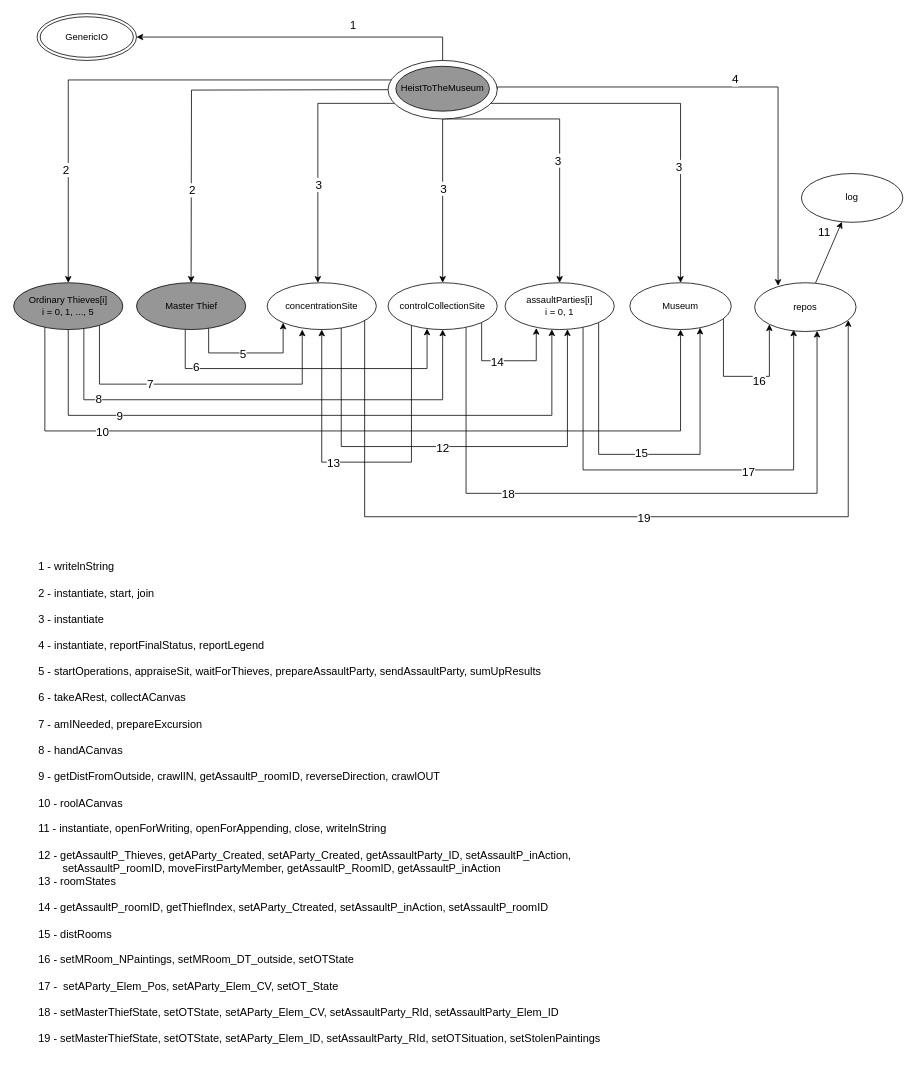
The draw.io diagram assignment1/interactionDiagram.drawio in CF2001/Distributed-Systems, before the edit. Source tidied: cells renumbered, new cells numbered last; positions are measured from the earlier drawing's top-left corner, leaving out a move shared by most shapes. Both pictures are drawn from the tidied source at 78%, with x=0, y=0 at pixel (13, 13).
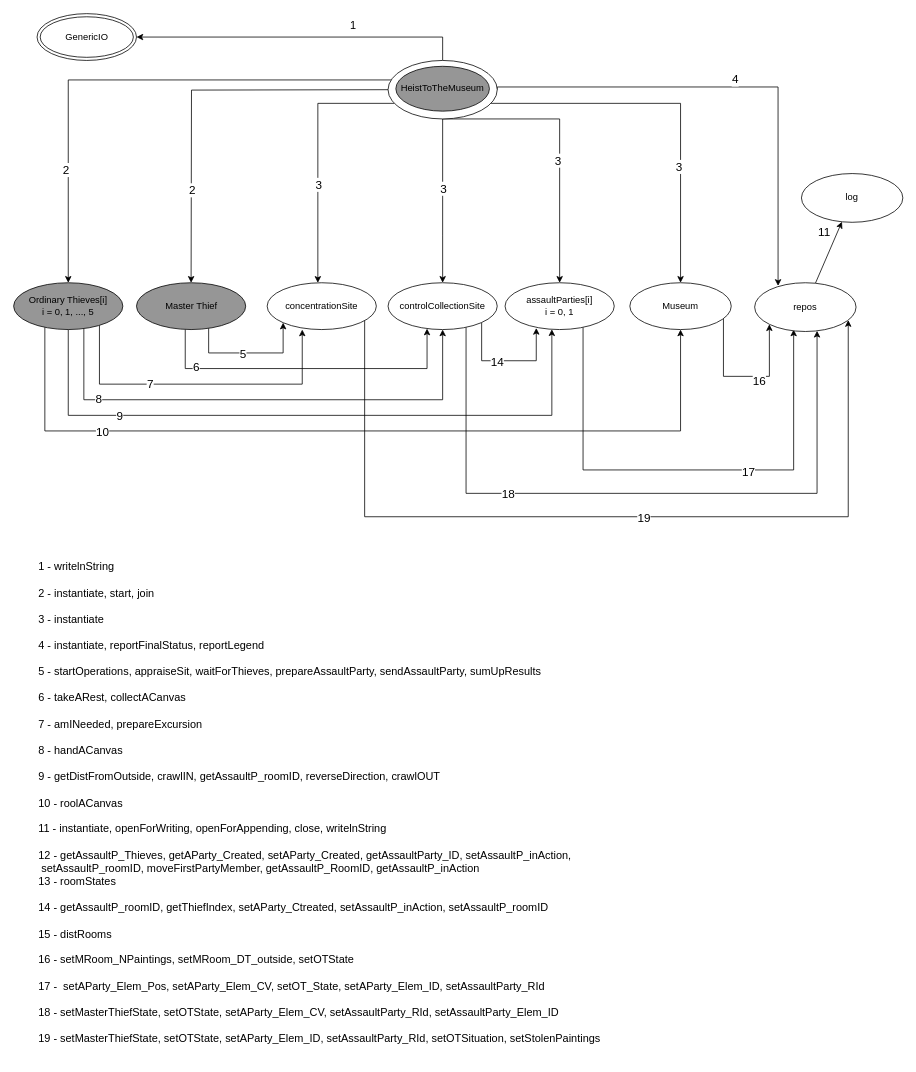
The same page after the edit.

Commit message (it also covers changes not shown here):
remove some code  and update diagram

The change refers to these unchanged cells:
```xml
<mxCell id="21" value="Museum" style="ellipse;whiteSpace=wrap;html=1;shadow=0;labelBackgroundColor=none;fillStyle=auto;fontFamily=Helvetica;fontSize=12;gradientDirection=north;" parent="1" vertex="1">
  <mxGeometry x="790" y="345" width="130" height="60" as="geometry" />
</mxCell>
<mxCell id="26" value="assaultParties[i]&lt;br&gt;i = 0, 1" style="ellipse;whiteSpace=wrap;html=1;shadow=0;labelBackgroundColor=none;fillStyle=auto;fontFamily=Helvetica;fontSize=12;gradientDirection=north;" parent="1" vertex="1">
  <mxGeometry x="630" y="345" width="140" height="60" as="geometry" />
</mxCell>
<mxCell id="33" value="&lt;div&gt;controlCollectionSite&lt;/div&gt;" style="ellipse;whiteSpace=wrap;html=1;shadow=0;labelBackgroundColor=none;fillStyle=auto;fontFamily=Helvetica;fontSize=12;gradientDirection=north;" parent="1" vertex="1">
  <mxGeometry x="480" y="345" width="140" height="60" as="geometry" />
</mxCell>
<mxCell id="46" value="concentrationSite" style="ellipse;whiteSpace=wrap;html=1;shadow=0;labelBackgroundColor=none;fillStyle=auto;fontFamily=Helvetica;fontSize=12;gradientDirection=north;" parent="1" vertex="1">
  <mxGeometry x="325" y="345" width="140" height="60" as="geometry" />
</mxCell>
```

What changed in the source:
```diff
@@
-    <mxCell id="22" style="edgeStyle=orthogonalEdgeStyle;shape=connector;rounded=0;jettySize=auto;html=1;labelBackgroundColor=default;strokeColor=default;fontFamily=Helvetica;fontSize=11;fontColor=default;endArrow=classic;" parent="1" edge="1" source="26" target="21">
-      <mxGeometry relative="1" as="geometry">
-        <Array as="points">
-          <mxPoint x="750" y="565" />
-          <mxPoint x="880" y="565" />
-        </Array>
-      </mxGeometry>
-    </mxCell>
-    <mxCell id="23" value="15" style="edgeLabel;html=1;align=center;verticalAlign=middle;fontSize=15;fontFamily=Helvetica;fontColor=default;" parent="22" vertex="1">
-      <mxGeometry x="-0.03" y="3" relative="1" as="geometry" />
-    </mxCell>
@@
-    <mxCell id="27" style="edgeStyle=orthogonalEdgeStyle;shape=connector;rounded=0;jettySize=auto;html=1;labelBackgroundColor=default;strokeColor=default;fontFamily=Helvetica;fontSize=11;fontColor=default;endArrow=classic;" parent="1" edge="1" source="33" target="46">
-      <mxGeometry relative="1" as="geometry">
-        <Array as="points">
-          <mxPoint x="510" y="575" />
-          <mxPoint x="395" y="575" />
-        </Array>
-      </mxGeometry>
-    </mxCell>
-    <mxCell id="28" value="13" style="edgeLabel;html=1;align=center;verticalAlign=middle;fontSize=15;fontFamily=Helvetica;fontColor=default;" parent="27" vertex="1">
-      <mxGeometry x="0.13" y="3" relative="1" as="geometry">
-        <mxPoint x="-16" y="-3" as="offset" />
-      </mxGeometry>
-    </mxCell>
@@
-    <mxCell id="36" value="&lt;span style=&quot;font-size: 14px; font-weight: 400;&quot;&gt;1 - writelnString&lt;br&gt;&lt;br&gt;2 - instantiate, start, join&lt;br&gt;&lt;br&gt;3 - instantiate&lt;br&gt;&lt;br&gt;4 - instantiate, reportFinalStatus, reportLegend&lt;br&gt;&lt;br&gt;5 - startOperations, appraiseSit, waitForThieves, prepareAssaultParty, sendAssaultParty, sumUpResults&lt;br&gt;&lt;br&gt;6 - takeARest, collectACanvas&lt;br&gt;&lt;br&gt;7 - amINeeded, prepareExcursion&lt;br&gt;&lt;br&gt;8 - handACanvas&lt;br&gt;&lt;br&gt;9 - getDistFromOutside, crawlIN, getAssaultP_roomID, reverseDirection, crawlOUT&amp;nbsp;&lt;br&gt;&lt;br&gt;10 - roolACanvas&lt;br&gt;&lt;br&gt;11 - instantiate, openForWriting, openForAppending, close, writelnString&lt;br&gt;&lt;br&gt;12 - getAssaultP_Thieves, getAParty_Created, setAParty_Created, getAssaultParty_ID, setAssaultP_inAction,&amp;nbsp;&lt;br&gt;&lt;span style=&quot;white-space: pre;&quot;&gt;&#9;&lt;/span&gt;setAssaultP_roomID, moveFirstPartyMember, getAssaultP_RoomID, getAssaultP_inAction&lt;br&gt;13 - roomStates&lt;br&gt;&lt;br&gt;14 - getAssaultP_roomID, getThiefIndex, setAParty_Ctreated, setAssaultP_inAction, setAssaultP_roomID&lt;br&gt;&lt;br&gt;15 - distRooms&lt;br&gt;&lt;br&gt;16 - setMRoom_NPaintings, setMRoom_DT_outside, setOTState&lt;br&gt;&lt;br&gt;17 -&amp;nbsp; setAParty_Elem_Pos, setAParty_Elem_CV, setOT_State&lt;br&gt;&lt;br&gt;18 - setMasterThiefState, setOTState, setAParty_Elem_CV, setAssaultParty_RId, setAssaultParty_Elem_ID&lt;br&gt;&lt;br&gt;19 - setMasterThiefState, setOTState, setAParty_Elem_ID, setAssaultParty_RId, setOTSituation, setStolenPaintings&amp;nbsp;&lt;br&gt;&lt;br&gt;&lt;/span&gt;" style="text;strokeColor=none;fillColor=none;html=1;fontSize=11;fontStyle=1;verticalAlign=middle;align=left;fontFamily=Helvetica;fontColor=default;" parent="1" vertex="1">
+    <mxCell id="36" value="&lt;span style=&quot;font-size: 14px; font-weight: 400;&quot;&gt;1 - writelnString&lt;br&gt;&lt;br&gt;2 - instantiate, start, join&lt;br&gt;&lt;br&gt;3 - instantiate&lt;br&gt;&lt;br&gt;4 - instantiate, reportFinalStatus, reportLegend&lt;br&gt;&lt;br&gt;5 - startOperations, appraiseSit, waitForThieves, prepareAssaultParty, sendAssaultParty, sumUpResults&lt;br&gt;&lt;br&gt;6 - takeARest, collectACanvas&lt;br&gt;&lt;br&gt;7 - amINeeded, prepareExcursion&lt;br&gt;&lt;br&gt;8 - handACanvas&lt;br&gt;&lt;br&gt;9 - getDistFromOutside, crawlIN, getAssaultP_roomID, reverseDirection, crawlOUT&amp;nbsp;&lt;br&gt;&lt;br&gt;10 - roolACanvas&lt;br&gt;&lt;br&gt;11 - instantiate, openForWriting, openForAppending, close, writelnString&lt;br&gt;&lt;br&gt;12 - getAssaultP_Thieves, getAParty_Created, setAParty_Created, getAssaultParty_ID, setAssaultP_inAction,&amp;nbsp;&lt;br&gt;&lt;span style=&quot;white-space: pre;&quot;&gt; &lt;/span&gt;setAssaultP_roomID, moveFirstPartyMember, getAssaultP_RoomID, getAssaultP_inAction&lt;br&gt;13 - roomStates&lt;br&gt;&lt;br&gt;14 - getAssaultP_roomID, getThiefIndex, setAParty_Ctreated, setAssaultP_inAction, setAssaultP_roomID&lt;br&gt;&lt;br&gt;15 - distRooms&lt;br&gt;&lt;br&gt;16 - setMRoom_NPaintings, setMRoom_DT_outside, setOTState&lt;br&gt;&lt;br&gt;17 -&amp;nbsp; setAParty_Elem_Pos, setAParty_Elem_CV, setOT_State, setAParty_Elem_ID, setAssaultParty_RId&lt;br&gt;&lt;br&gt;18 - setMasterThiefState, setOTState, setAParty_Elem_CV, setAssaultParty_RId, setAssaultParty_Elem_ID&lt;br&gt;&lt;br&gt;19 - setMasterThiefState, setOTState, setAParty_Elem_ID, setAssaultParty_RId, setOTSituation, setStolenPaintings&amp;nbsp;&lt;br&gt;&lt;br&gt;&lt;/span&gt;" style="text;strokeColor=none;fillColor=none;html=1;fontSize=11;fontStyle=1;verticalAlign=middle;align=left;fontFamily=Helvetica;fontColor=default;" parent="1" vertex="1">
       <mxGeometry x="30" y="705" width="920" height="630" as="geometry" />
     </mxCell>
@@
-    <mxCell id="42" style="edgeStyle=orthogonalEdgeStyle;shape=connector;rounded=0;jettySize=auto;html=1;labelBackgroundColor=default;strokeColor=default;fontFamily=Helvetica;fontSize=11;fontColor=default;endArrow=classic;" parent="1" edge="1" source="46" target="26">
-      <mxGeometry relative="1" as="geometry">
-        <Array as="points">
-          <mxPoint x="420" y="555" />
-          <mxPoint x="710" y="555" />
-        </Array>
-      </mxGeometry>
-    </mxCell>
-    <mxCell id="43" value="&lt;font style=&quot;font-size: 15px;&quot;&gt;12&lt;/font&gt;" style="edgeLabel;html=1;align=center;verticalAlign=middle;fontSize=11;fontFamily=Helvetica;fontColor=default;" parent="42" vertex="1">
-      <mxGeometry x="-0.05" relative="1" as="geometry" />
-    </mxCell>
```
